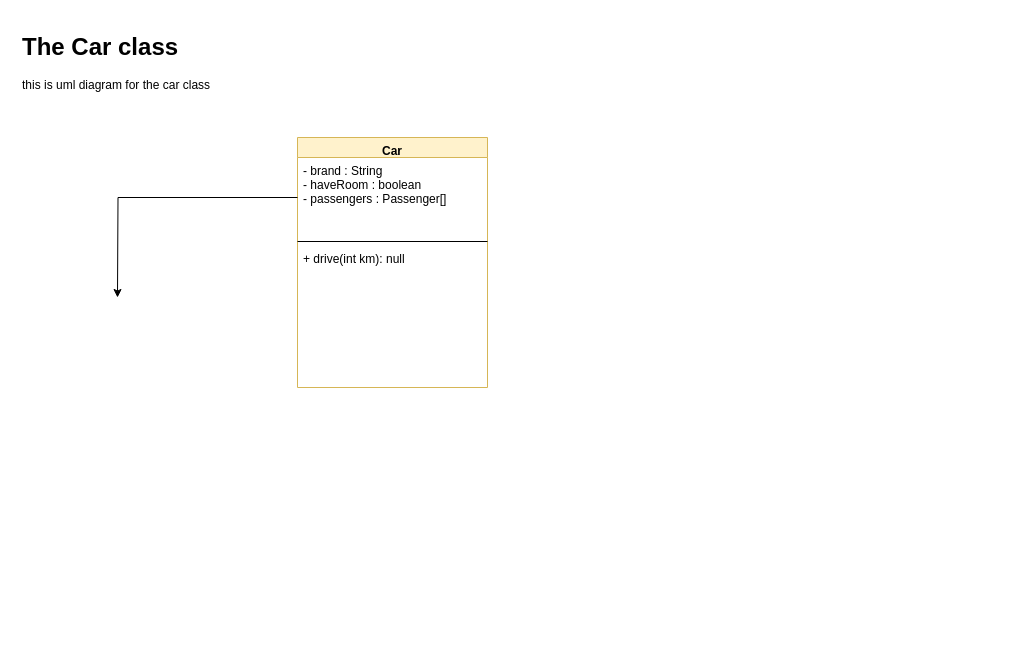
Earlier version of the draw.io diagram Untitled Diagram.drawio (jzhou-k/Foo). Source tidied: cells renumbered, new cells numbered last; positions are measured from the earlier drawing's top-left corner, leaving out a move shared by most shapes. Both pictures are drawn from the tidied source at 100%, with x=0, y=0 at pixel (17, 27).
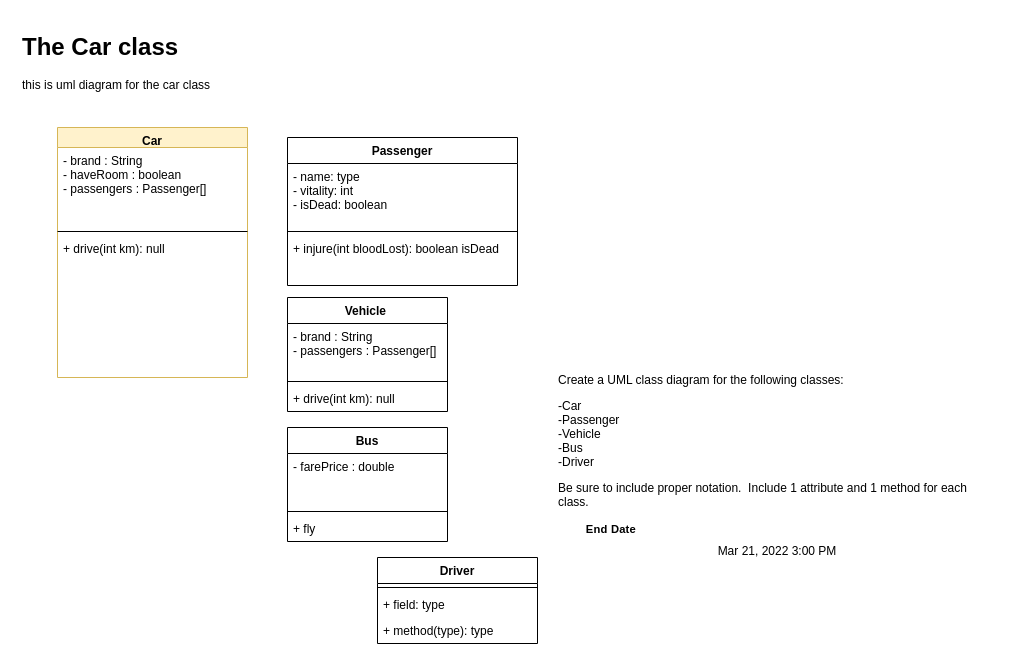
The same diagram, later.

The change refers to these unchanged cells:
```xml
<mxCell id="4" value="- brand : String&#10;- haveRoom : boolean &#10;- passengers : Passenger[]" style="text;strokeColor=none;fillColor=none;align=left;verticalAlign=top;spacingLeft=4;spacingRight=4;overflow=hidden;points=[[0,0.5],[1,0.5]];portConstraint=eastwest;" parent="3" vertex="1">
  <mxGeometry y="20" width="190" height="80" as="geometry" />
</mxCell>
```

Diff of the diagram source:
```diff
@@
     <mxCell id="3" value="Car" style="swimlane;fontStyle=1;align=center;verticalAlign=top;horizontal=1;startSize=20;fillColor=#fff2cc;strokeColor=#d6b656;" parent="1" vertex="1">
-      <mxGeometry x="280" y="110" width="190" height="250" as="geometry" />
+      <mxGeometry x="40" y="100" width="190" height="250" as="geometry" />
     </mxCell>
@@
-    <mxCell id="7" style="edgeStyle=orthogonalEdgeStyle;rounded=0;jettySize=auto;html=1;" parent="1" edge="1" source="4">
-      <mxGeometry relative="1" as="geometry">
-        <mxPoint x="100" y="270" as="targetPoint" />
-      </mxGeometry>
-    </mxCell>
+    <mxCell id="8" value="Driver" style="swimlane;fontStyle=1;align=center;verticalAlign=top;horizontal=1;startSize=26;" parent="1" vertex="1">
+      <mxGeometry x="360" y="530" width="160" height="86" as="geometry" />
+    </mxCell>
+    <mxCell id="9" style="line;strokeWidth=1;fillColor=none;align=left;verticalAlign=middle;spacingTop=-1;spacingLeft=3;spacingRight=3;labelPosition=right;" parent="8" vertex="1">
+      <mxGeometry y="26" width="160" height="8" as="geometry" />
+    </mxCell>
+    <mxCell id="10" value="+ field: type" style="text;strokeColor=none;fillColor=none;align=left;verticalAlign=top;spacingLeft=4;spacingRight=4;overflow=hidden;" parent="8" vertex="1">
+      <mxGeometry y="34" width="160" height="26" as="geometry" />
+    </mxCell>
+    <mxCell id="11" value="+ method(type): type" style="text;strokeColor=none;fillColor=none;align=left;verticalAlign=top;spacingLeft=4;spacingRight=4;overflow=hidden;" parent="8" vertex="1">
+      <mxGeometry y="60" width="160" height="26" as="geometry" />
+    </mxCell>
+    <mxCell id="12" value="Bus" style="swimlane;fontStyle=1;align=center;verticalAlign=top;horizontal=1;startSize=26;" parent="1" vertex="1">
+      <mxGeometry x="270" y="400" width="160" height="114" as="geometry" />
+    </mxCell>
+    <mxCell id="13" value="- farePrice : double " style="text;strokeColor=none;fillColor=none;align=left;verticalAlign=top;spacingLeft=4;spacingRight=4;overflow=hidden;" parent="12" vertex="1">
+      <mxGeometry y="26" width="160" height="54" as="geometry" />
+    </mxCell>
+    <mxCell id="14" style="line;strokeWidth=1;fillColor=none;align=left;verticalAlign=middle;spacingTop=-1;spacingLeft=3;spacingRight=3;labelPosition=right;" parent="12" vertex="1">
+      <mxGeometry y="80" width="160" height="8" as="geometry" />
+    </mxCell>
+    <mxCell id="15" value="+ fly" style="text;strokeColor=none;fillColor=none;align=left;verticalAlign=top;spacingLeft=4;spacingRight=4;overflow=hidden;" parent="12" vertex="1">
+      <mxGeometry y="88" width="160" height="26" as="geometry" />
+    </mxCell>
+    <mxCell id="16" value="Vehicle " style="swimlane;fontStyle=1;align=center;verticalAlign=top;horizontal=1;startSize=26;" parent="1" vertex="1">
+      <mxGeometry x="270" y="270" width="160" height="114" as="geometry" />
+    </mxCell>
+    <mxCell id="17" value="- brand : String&#10;- passengers : Passenger[]" style="text;strokeColor=none;fillColor=none;align=left;verticalAlign=top;spacingLeft=4;spacingRight=4;overflow=hidden;" parent="16" vertex="1">
+      <mxGeometry y="26" width="160" height="54" as="geometry" />
+    </mxCell>
+    <mxCell id="18" style="line;strokeWidth=1;fillColor=none;align=left;verticalAlign=middle;spacingTop=-1;spacingLeft=3;spacingRight=3;labelPosition=right;" parent="16" vertex="1">
+      <mxGeometry y="80" width="160" height="8" as="geometry" />
+    </mxCell>
+    <mxCell id="19" value="+ drive(int km): null" style="text;strokeColor=none;fillColor=none;align=left;verticalAlign=top;spacingLeft=4;spacingRight=4;overflow=hidden;" parent="16" vertex="1">
+      <mxGeometry y="88" width="160" height="26" as="geometry" />
+    </mxCell>
+    <mxCell id="20" value="Passenger" style="swimlane;fontStyle=1;align=center;verticalAlign=top;horizontal=1;startSize=26;" parent="1" vertex="1">
+      <mxGeometry x="270" y="110" width="230" height="148" as="geometry" />
+    </mxCell>
+    <mxCell id="21" value="- name: type&#10;- vitality: int&#10;- isDead: boolean " style="text;strokeColor=none;fillColor=none;align=left;verticalAlign=top;spacingLeft=4;spacingRight=4;overflow=hidden;" parent="20" vertex="1">
+      <mxGeometry y="26" width="230" height="64" as="geometry" />
+    </mxCell>
+    <mxCell id="22" style="line;strokeWidth=1;fillColor=none;align=left;verticalAlign=middle;spacingTop=-1;spacingLeft=3;spacingRight=3;labelPosition=right;" parent="20" vertex="1">
+      <mxGeometry y="90" width="230" height="8" as="geometry" />
+    </mxCell>
+    <mxCell id="23" value="+ injure(int bloodLost): boolean isDead" style="text;strokeColor=none;fillColor=none;align=left;verticalAlign=top;spacingLeft=4;spacingRight=4;overflow=hidden;" parent="20" vertex="1">
+      <mxGeometry y="98" width="230" height="50" as="geometry" />
+    </mxCell>
+    <mxCell id="24" value="&lt;div class=&quot;drt d2l-htmlblock d2l-htmlblock-untrusted d2l-htmlblock-deferred&quot; style=&quot;overflow-wrap: break-word ; display: inline ; line-height: normal ; padding: 0px ; margin: 0px ; overflow: auto hidden ; text-align: left ; position: relative&quot;&gt;&lt;p style=&quot;margin: 0.5em 0px 1em&quot;&gt;Create a UML class diagram for the following classes:&lt;/p&gt;&lt;p style=&quot;margin: 0.5em 0px 1em&quot;&gt;-Car&lt;br&gt;-Passenger&lt;br&gt;-Vehicle&lt;br&gt;-Bus&lt;br&gt;-Driver&lt;/p&gt;&lt;p style=&quot;margin: 0.5em 0px 1em&quot;&gt;Be sure to include proper notation.&amp;nbsp; Include 1 attribute and 1 method for each class.&lt;/p&gt;&lt;/div&gt;&lt;label id=&quot;ctl_7&quot; class=&quot;d2l-label&quot; style=&quot;cursor: default ; display: block ; font-size: 0.7rem ; font-weight: 700 ; letter-spacing: 0.2px ; line-height: 1rem ; margin: 0px ; padding: 0px 0px 7px ; width: 105.797px&quot;&gt;&lt;span&gt;End Date&lt;/span&gt;&lt;/label&gt;&lt;label&gt;Mar 21, 2022 3:00 PM&lt;/label&gt;" style="text;html=1;strokeColor=none;fillColor=none;align=center;verticalAlign=middle;whiteSpace=wrap;rounded=0;" parent="1" vertex="1">
+      <mxGeometry x="540" y="320" width="440" height="230" as="geometry" />
+    </mxCell>
```
